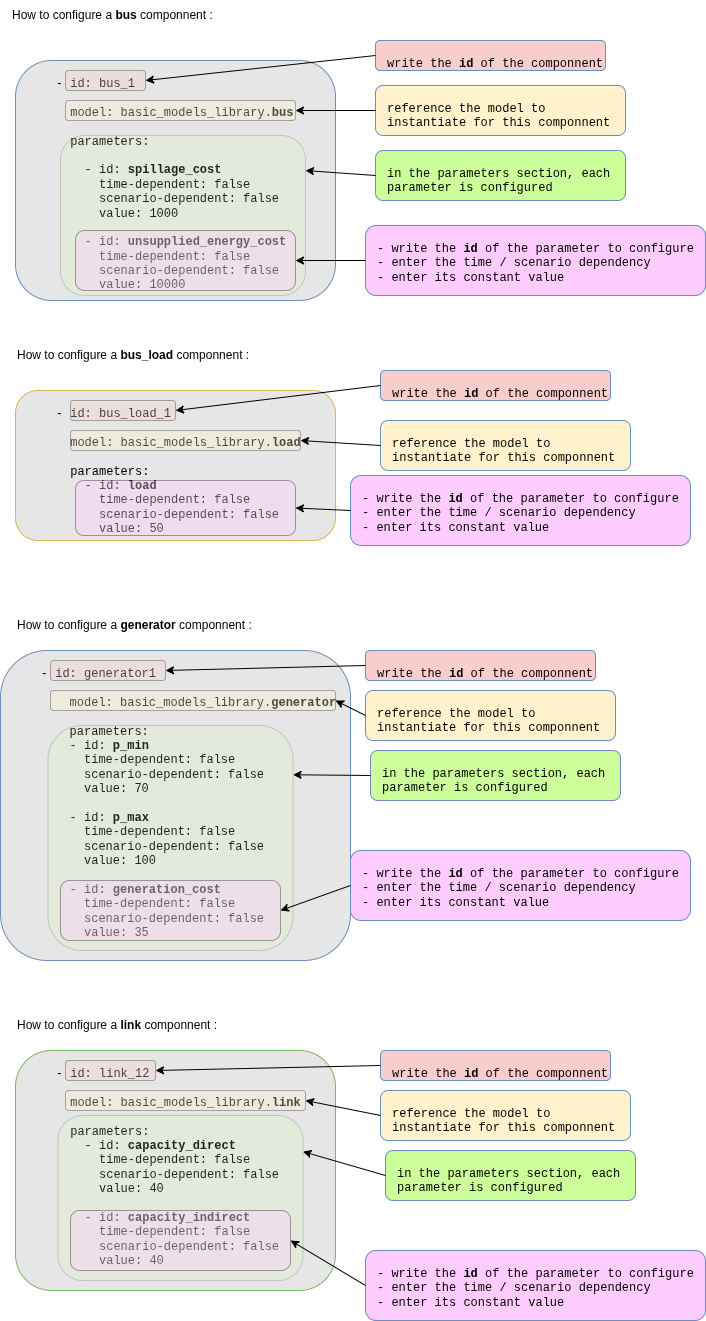
The draw.io diagram doc/assets/2_QSE_Adequacy_system.png in AntaresSimulatorTeam/GEMS, before a commit. Source tidied: cells renumbered, new cells last; positions are measured from the earlier drawing's top-left corner, leaving out a move shared by most shapes.
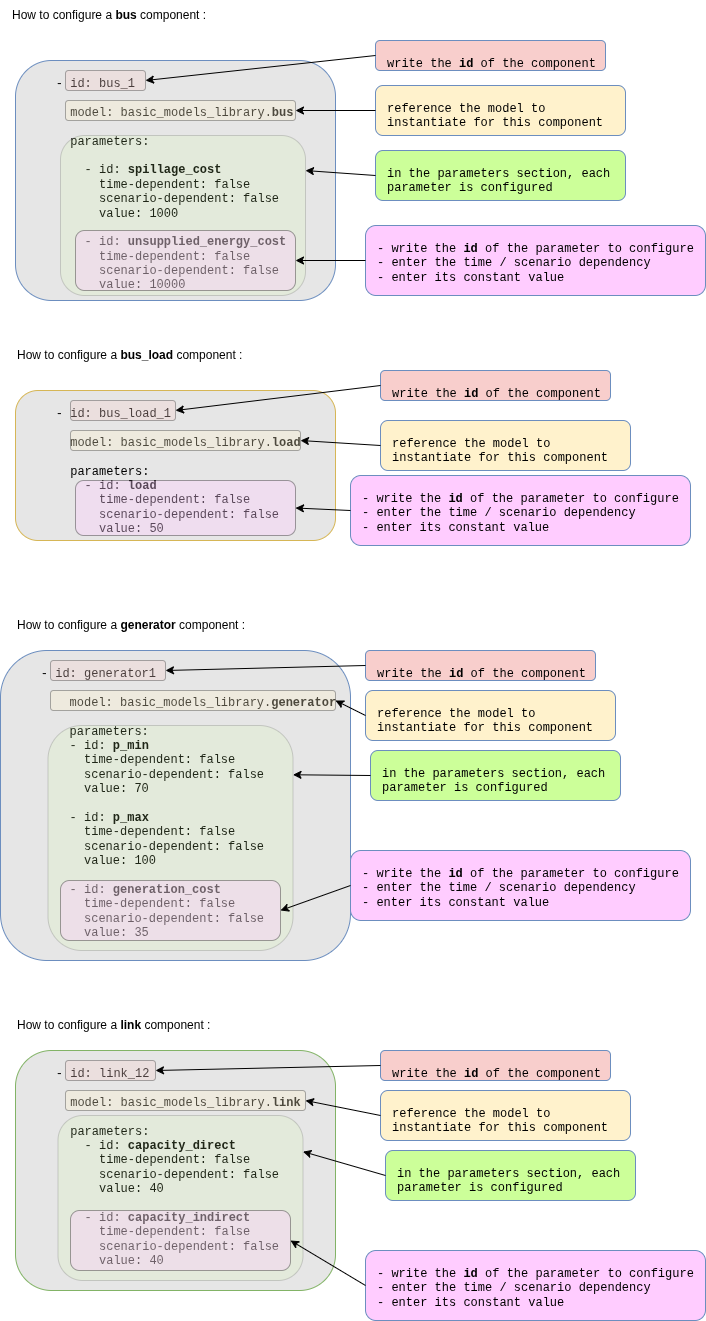
After the commit.

Commit message:
correct typos

Diff of the diagram source:
```diff
@@ -14,10 +14,10 @@
     <mxCell id="5" value="&lt;div&gt;&amp;nbsp; &amp;nbsp; - id: link_12&lt;/div&gt;&lt;div&gt;&lt;br&gt;&lt;/div&gt;&lt;div&gt;&amp;nbsp; &amp;nbsp; &amp;nbsp; model: basic_models_library.&lt;b&gt;link&lt;/b&gt;&lt;/div&gt;&lt;div&gt;&lt;b&gt;&lt;br&gt;&lt;/b&gt;&lt;/div&gt;&lt;div&gt;&amp;nbsp; &amp;nbsp; &amp;nbsp; parameters:&lt;/div&gt;&lt;div&gt;&amp;nbsp; &amp;nbsp; &amp;nbsp; &amp;nbsp; - id: &lt;b&gt;capacity_direct&lt;/b&gt;&lt;/div&gt;&lt;div&gt;&amp;nbsp; &amp;nbsp; &amp;nbsp; &amp;nbsp; &amp;nbsp; time-dependent: false&lt;/div&gt;&lt;div&gt;&amp;nbsp; &amp;nbsp; &amp;nbsp; &amp;nbsp; &amp;nbsp; scenario-dependent: false&lt;/div&gt;&lt;div&gt;&amp;nbsp; &amp;nbsp; &amp;nbsp; &amp;nbsp; &amp;nbsp; value: 40&lt;/div&gt;&lt;div&gt;&lt;br&gt;&lt;/div&gt;&lt;div&gt;&amp;nbsp; &amp;nbsp; &amp;nbsp; &amp;nbsp; - id: &lt;b&gt;capacity_indirect&lt;/b&gt;&lt;/div&gt;&lt;div&gt;&amp;nbsp; &amp;nbsp; &amp;nbsp; &amp;nbsp; &amp;nbsp; time-dependent: false&lt;/div&gt;&lt;div&gt;&amp;nbsp; &amp;nbsp; &amp;nbsp; &amp;nbsp; &amp;nbsp; scenario-dependent: false&lt;/div&gt;&lt;div&gt;&amp;nbsp; &amp;nbsp; &amp;nbsp; &amp;nbsp; &amp;nbsp; value: 40&lt;/div&gt;" style="rounded=1;whiteSpace=wrap;html=1;fillColor=#E6E6E6;strokeColor=#82b366;align=left;verticalAlign=top;fontFamily=Courier New;fontSize=12;spacingLeft=10;spacingTop=10;" parent="1" vertex="1">
       <mxGeometry x="15" y="1050" width="320" height="240" as="geometry" />
     </mxCell>
-    <mxCell id="6" value="write the &lt;b&gt;id&lt;/b&gt;&amp;nbsp;of the componnent" style="rounded=1;whiteSpace=wrap;html=1;fillColor=#F8CECC;strokeColor=#6c8ebf;align=left;verticalAlign=top;fontFamily=Courier New;fontSize=12;spacingLeft=10;spacingTop=10;" parent="1" vertex="1">
+    <mxCell id="6" value="write the &lt;b&gt;id&lt;/b&gt;&amp;nbsp;of the component" style="rounded=1;whiteSpace=wrap;html=1;fillColor=#F8CECC;strokeColor=#6c8ebf;align=left;verticalAlign=top;fontFamily=Courier New;fontSize=12;spacingLeft=10;spacingTop=10;" parent="1" vertex="1">
       <mxGeometry x="375" y="40" width="230" height="30" as="geometry" />
     </mxCell>
-    <mxCell id="7" value="reference the model to instantiate for this componnent" style="rounded=1;whiteSpace=wrap;html=1;fillColor=#FFF2CC;strokeColor=#6c8ebf;align=left;verticalAlign=top;fontFamily=Courier New;fontSize=12;spacingLeft=10;spacingTop=10;" parent="1" vertex="1">
+    <mxCell id="7" value="reference the model to instantiate for this component" style="rounded=1;whiteSpace=wrap;html=1;fillColor=#FFF2CC;strokeColor=#6c8ebf;align=left;verticalAlign=top;fontFamily=Courier New;fontSize=12;spacingLeft=10;spacingTop=10;" parent="1" vertex="1">
       <mxGeometry x="375" y="85" width="250" height="50" as="geometry" />
     </mxCell>
     <mxCell id="8" style="rounded=1;whiteSpace=wrap;html=1;opacity=30;fillColor=#F8CECC;" parent="1" vertex="1">
@@ -50,10 +50,10 @@
     <mxCell id="17" style="endArrow=classic;html=1;rounded=0;exitX=0;exitY=0.5;exitDx=0;exitDy=0;entryX=1;entryY=0.5;entryDx=0;entryDy=0;" parent="1" edge="1" source="12" target="13">
       <mxGeometry relative="1" as="geometry" />
     </mxCell>
-    <mxCell id="18" value="write the &lt;b&gt;id&lt;/b&gt;&amp;nbsp;of the componnent" style="rounded=1;whiteSpace=wrap;html=1;fillColor=#F8CECC;strokeColor=#6c8ebf;align=left;verticalAlign=top;fontFamily=Courier New;fontSize=12;spacingLeft=10;spacingTop=10;" parent="1" vertex="1">
+    <mxCell id="18" value="write the &lt;b&gt;id&lt;/b&gt;&amp;nbsp;of the component" style="rounded=1;whiteSpace=wrap;html=1;fillColor=#F8CECC;strokeColor=#6c8ebf;align=left;verticalAlign=top;fontFamily=Courier New;fontSize=12;spacingLeft=10;spacingTop=10;" parent="1" vertex="1">
       <mxGeometry x="380" y="370" width="230" height="30" as="geometry" />
     </mxCell>
-    <mxCell id="19" value="reference the model to instantiate for this componnent" style="rounded=1;whiteSpace=wrap;html=1;fillColor=#FFF2CC;strokeColor=#6c8ebf;align=left;verticalAlign=top;fontFamily=Courier New;fontSize=12;spacingLeft=10;spacingTop=10;" parent="1" vertex="1">
+    <mxCell id="19" value="reference the model to instantiate for this component" style="rounded=1;whiteSpace=wrap;html=1;fillColor=#FFF2CC;strokeColor=#6c8ebf;align=left;verticalAlign=top;fontFamily=Courier New;fontSize=12;spacingLeft=10;spacingTop=10;" parent="1" vertex="1">
       <mxGeometry x="380" y="420" width="250" height="50" as="geometry" />
     </mxCell>
     <mxCell id="20" style="rounded=1;whiteSpace=wrap;html=1;opacity=30;fillColor=#F8CECC;" parent="1" vertex="1">
@@ -77,10 +77,10 @@
     <mxCell id="26" style="endArrow=classic;html=1;rounded=0;exitX=0;exitY=0.5;exitDx=0;exitDy=0;entryX=1;entryY=0.5;entryDx=0;entryDy=0;" parent="1" edge="1" source="22" target="23">
       <mxGeometry relative="1" as="geometry" />
     </mxCell>
-    <mxCell id="27" value="write the &lt;b&gt;id&lt;/b&gt;&amp;nbsp;of the componnent" style="rounded=1;whiteSpace=wrap;html=1;fillColor=#F8CECC;strokeColor=#6c8ebf;align=left;verticalAlign=top;fontFamily=Courier New;fontSize=12;spacingLeft=10;spacingTop=10;" parent="1" vertex="1">
+    <mxCell id="27" value="write the &lt;b&gt;id&lt;/b&gt;&amp;nbsp;of the component" style="rounded=1;whiteSpace=wrap;html=1;fillColor=#F8CECC;strokeColor=#6c8ebf;align=left;verticalAlign=top;fontFamily=Courier New;fontSize=12;spacingLeft=10;spacingTop=10;" parent="1" vertex="1">
       <mxGeometry x="365" y="650" width="230" height="30" as="geometry" />
     </mxCell>
-    <mxCell id="28" value="reference the model to instantiate for this componnent" style="rounded=1;whiteSpace=wrap;html=1;fillColor=#FFF2CC;strokeColor=#6c8ebf;align=left;verticalAlign=top;fontFamily=Courier New;fontSize=12;spacingLeft=10;spacingTop=10;" parent="1" vertex="1">
+    <mxCell id="28" value="reference the model to instantiate for this component" style="rounded=1;whiteSpace=wrap;html=1;fillColor=#FFF2CC;strokeColor=#6c8ebf;align=left;verticalAlign=top;fontFamily=Courier New;fontSize=12;spacingLeft=10;spacingTop=10;" parent="1" vertex="1">
       <mxGeometry x="365" y="690" width="250" height="50" as="geometry" />
     </mxCell>
     <mxCell id="29" style="rounded=1;whiteSpace=wrap;html=1;opacity=30;fillColor=#F8CECC;" parent="1" vertex="1">
@@ -113,10 +113,10 @@
     <mxCell id="38" style="endArrow=classic;html=1;rounded=0;exitX=0;exitY=0.5;exitDx=0;exitDy=0;entryX=1;entryY=0.5;entryDx=0;entryDy=0;" parent="1" edge="1" source="33" target="34">
       <mxGeometry relative="1" as="geometry" />
     </mxCell>
-    <mxCell id="39" value="write the &lt;b&gt;id&lt;/b&gt;&amp;nbsp;of the componnent" style="rounded=1;whiteSpace=wrap;html=1;fillColor=#F8CECC;strokeColor=#6c8ebf;align=left;verticalAlign=top;fontFamily=Courier New;fontSize=12;spacingLeft=10;spacingTop=10;" parent="1" vertex="1">
+    <mxCell id="39" value="write the &lt;b&gt;id&lt;/b&gt;&amp;nbsp;of the component" style="rounded=1;whiteSpace=wrap;html=1;fillColor=#F8CECC;strokeColor=#6c8ebf;align=left;verticalAlign=top;fontFamily=Courier New;fontSize=12;spacingLeft=10;spacingTop=10;" parent="1" vertex="1">
       <mxGeometry x="380" y="1050" width="230" height="30" as="geometry" />
     </mxCell>
-    <mxCell id="40" value="reference the model to instantiate for this componnent" style="rounded=1;whiteSpace=wrap;html=1;fillColor=#FFF2CC;strokeColor=#6c8ebf;align=left;verticalAlign=top;fontFamily=Courier New;fontSize=12;spacingLeft=10;spacingTop=10;" parent="1" vertex="1">
+    <mxCell id="40" value="reference the model to instantiate for this component" style="rounded=1;whiteSpace=wrap;html=1;fillColor=#FFF2CC;strokeColor=#6c8ebf;align=left;verticalAlign=top;fontFamily=Courier New;fontSize=12;spacingLeft=10;spacingTop=10;" parent="1" vertex="1">
       <mxGeometry x="380" y="1090" width="250" height="50" as="geometry" />
     </mxCell>
     <mxCell id="41" style="rounded=1;whiteSpace=wrap;html=1;opacity=30;fillColor=#F8CECC;" parent="1" vertex="1">
@@ -149,16 +149,16 @@
     <mxCell id="50" style="endArrow=classic;html=1;rounded=0;exitX=0;exitY=0.5;exitDx=0;exitDy=0;entryX=1;entryY=0.5;entryDx=0;entryDy=0;" parent="1" edge="1" source="45" target="46">
       <mxGeometry relative="1" as="geometry" />
     </mxCell>
-    <mxCell id="51" value="How to configure a &lt;b&gt;bus&lt;/b&gt; componnent :" style="text;html=1;whiteSpace=wrap;strokeColor=none;fillColor=none;align=left;verticalAlign=middle;rounded=0;" parent="1" vertex="1">
+    <mxCell id="51" value="How to configure a &lt;b&gt;bus&lt;/b&gt; component :" style="text;html=1;whiteSpace=wrap;strokeColor=none;fillColor=none;align=left;verticalAlign=middle;rounded=0;" parent="1" vertex="1">
       <mxGeometry x="10" width="285" height="30" as="geometry" />
     </mxCell>
-    <mxCell id="52" value="How to configure a &lt;b&gt;bus_load&lt;/b&gt; componnent :" style="text;html=1;whiteSpace=wrap;strokeColor=none;fillColor=none;align=left;verticalAlign=middle;rounded=0;" parent="1" vertex="1">
+    <mxCell id="52" value="How to configure a &lt;b&gt;bus_load&lt;/b&gt; component :" style="text;html=1;whiteSpace=wrap;strokeColor=none;fillColor=none;align=left;verticalAlign=middle;rounded=0;" parent="1" vertex="1">
       <mxGeometry x="15" y="340" width="285" height="30" as="geometry" />
     </mxCell>
-    <mxCell id="53" value="How to configure a &lt;b&gt;generator&lt;/b&gt; componnent :" style="text;html=1;whiteSpace=wrap;strokeColor=none;fillColor=none;align=left;verticalAlign=middle;rounded=0;" parent="1" vertex="1">
+    <mxCell id="53" value="How to configure a &lt;b&gt;generator&lt;/b&gt; component :" style="text;html=1;whiteSpace=wrap;strokeColor=none;fillColor=none;align=left;verticalAlign=middle;rounded=0;" parent="1" vertex="1">
       <mxGeometry x="15" y="610" width="285" height="30" as="geometry" />
     </mxCell>
-    <mxCell id="54" value="How to configure a &lt;b&gt;link&lt;/b&gt; componnent :" style="text;html=1;whiteSpace=wrap;strokeColor=none;fillColor=none;align=left;verticalAlign=middle;rounded=0;" parent="1" vertex="1">
+    <mxCell id="54" value="How to configure a &lt;b&gt;link&lt;/b&gt; component :" style="text;html=1;whiteSpace=wrap;strokeColor=none;fillColor=none;align=left;verticalAlign=middle;rounded=0;" parent="1" vertex="1">
       <mxGeometry x="15" y="1010" width="285" height="30" as="geometry" />
     </mxCell>
   </root>
```
